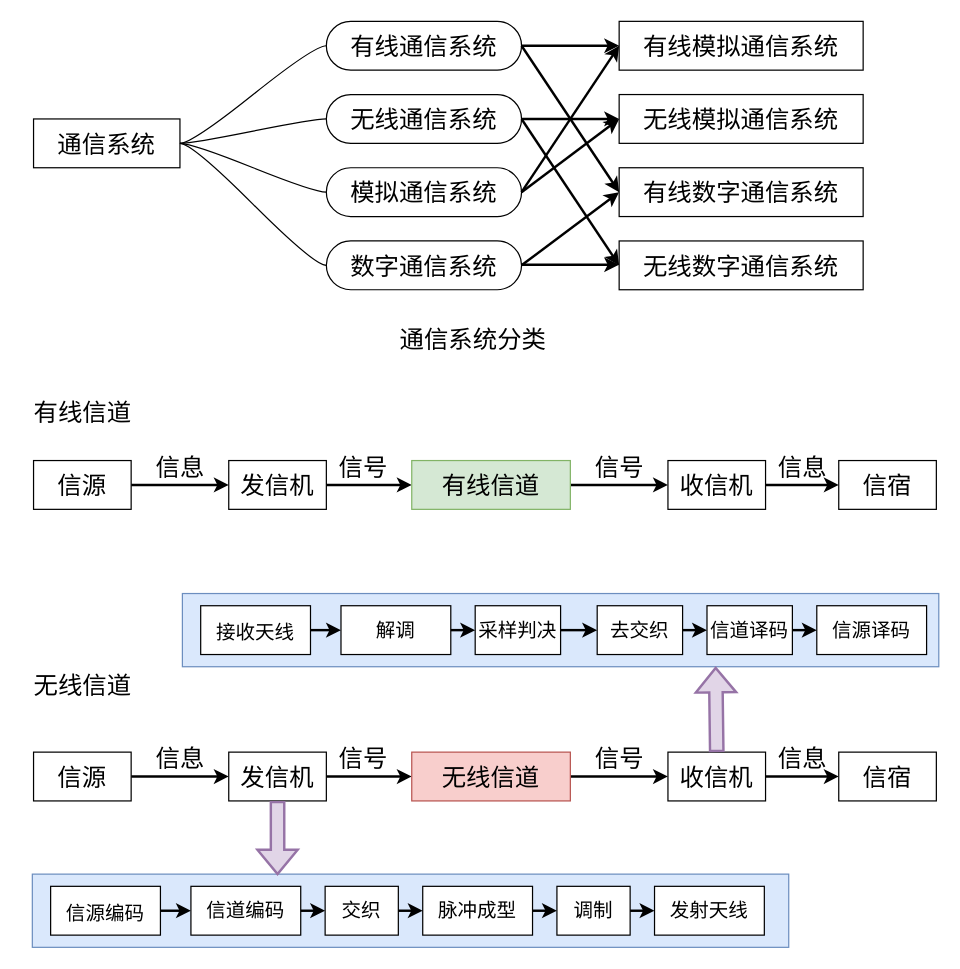
Earlier version of the draw.io diagram page "通信系统分类" (1 of 6) of Doc/PHD_Papers/Thesis_Paper/无线网路通信原理笔记/无线网络通信.drawio (LiZhang2021/Blockchain). Source tidied: cells renumbered, new cells numbered last; positions are measured from the earlier drawing's top-left corner, leaving out a move shared by most shapes. Both pictures are drawn from the tidied source at 122%, with x=0, y=0 at pixel (21, 21).
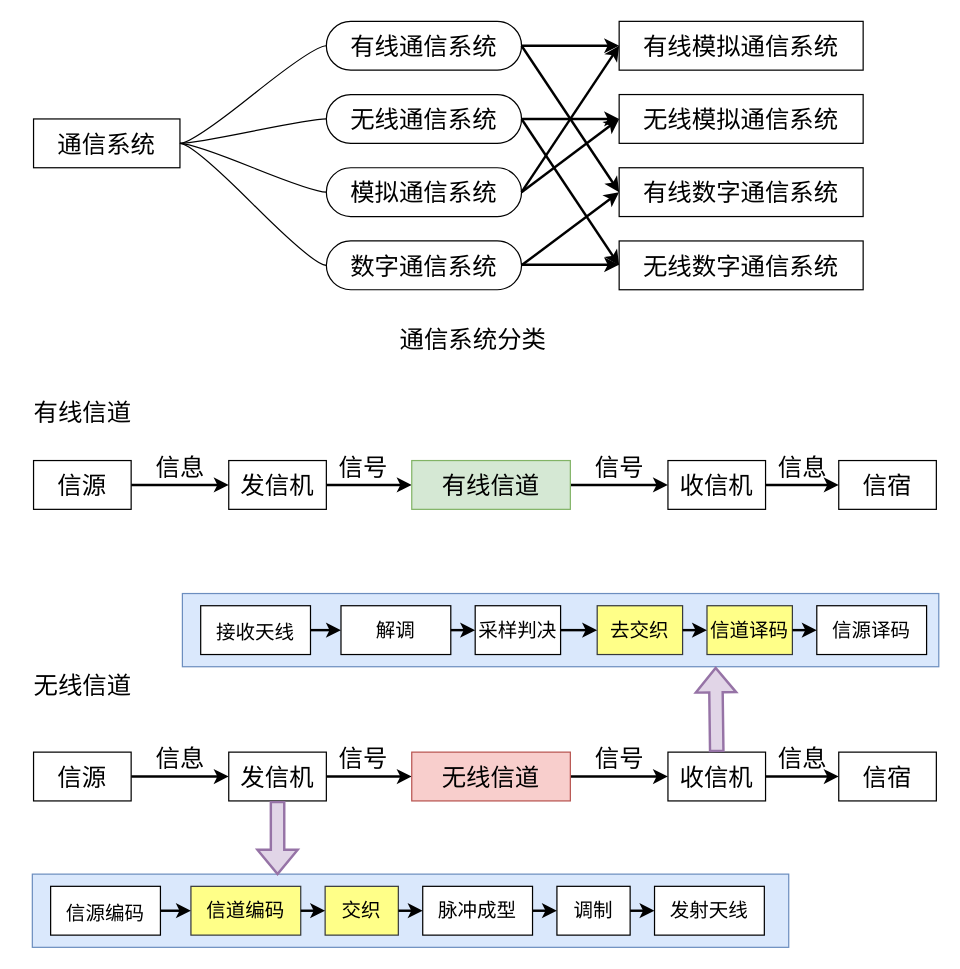
The same page after the edit.

The change refers to these unchanged cells:
```xml
<mxCell id="52" style="group;" parent="1" vertex="1">
  <mxGeometry x="9" y="699" width="620" height="60" as="geometry" />
</mxCell>
<mxCell id="66" style="group;" parent="1" vertex="1">
  <mxGeometry x="132" y="469" width="620" height="60" as="geometry" />
</mxCell>
```

The edit, as a diff of the source:
```diff
@@
-    <mxCell id="55" value="信道编码" style="rounded=0;whiteSpace=wrap;html=1;fontSize=16;" parent="52" vertex="1">
+    <mxCell id="55" value="信道编码" style="rounded=0;whiteSpace=wrap;html=1;fontSize=16;fillColor=#ffff88;strokeColor=#36393d;" parent="52" vertex="1">
       <mxGeometry x="130" y="10" width="90" height="40" as="geometry" />
     </mxCell>
@@
-    <mxCell id="57" value="交织" style="rounded=0;whiteSpace=wrap;html=1;fontSize=16;" parent="52" vertex="1">
+    <mxCell id="57" value="交织" style="rounded=0;whiteSpace=wrap;html=1;fontSize=16;fillColor=#ffff88;strokeColor=#36393d;" parent="52" vertex="1">
       <mxGeometry x="240" y="10" width="60" height="40" as="geometry" />
     </mxCell>
@@
-    <mxCell id="73" value="去交织" style="rounded=0;whiteSpace=wrap;html=1;fontSize=16;" parent="66" vertex="1">
+    <mxCell id="73" value="去交织" style="rounded=0;whiteSpace=wrap;html=1;fontSize=16;fillColor=#ffff88;strokeColor=#36393d;" parent="66" vertex="1">
       <mxGeometry x="340" y="10" width="70" height="40" as="geometry" />
     </mxCell>
@@
-    <mxCell id="75" value="信道译码" style="rounded=0;whiteSpace=wrap;html=1;fontSize=16;" parent="66" vertex="1">
+    <mxCell id="75" value="信道译码" style="rounded=0;whiteSpace=wrap;html=1;fontSize=16;fillColor=#ffff88;strokeColor=#36393d;" parent="66" vertex="1">
       <mxGeometry x="430" y="10" width="70" height="40" as="geometry" />
     </mxCell>
```
